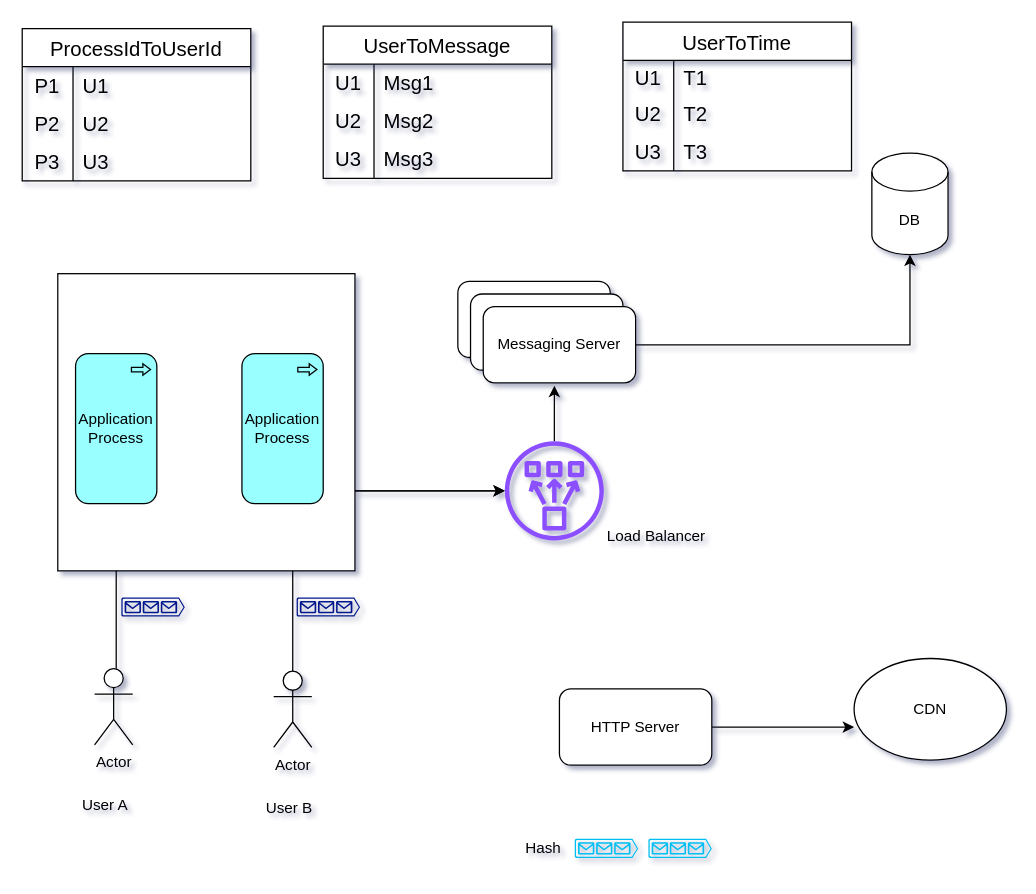
abbhagat/IntelliJ keeps this draw.io diagram as System-Design/Whatsapp.drawio. Above is the earlier version. Source tidied: cells renumbered, new cells numbered last; positions are measured from the earlier drawing's top-left corner, leaving out a move shared by most shapes. Both pictures are drawn from the tidied source at 127%, with x=0, y=0 at pixel (22, 22).
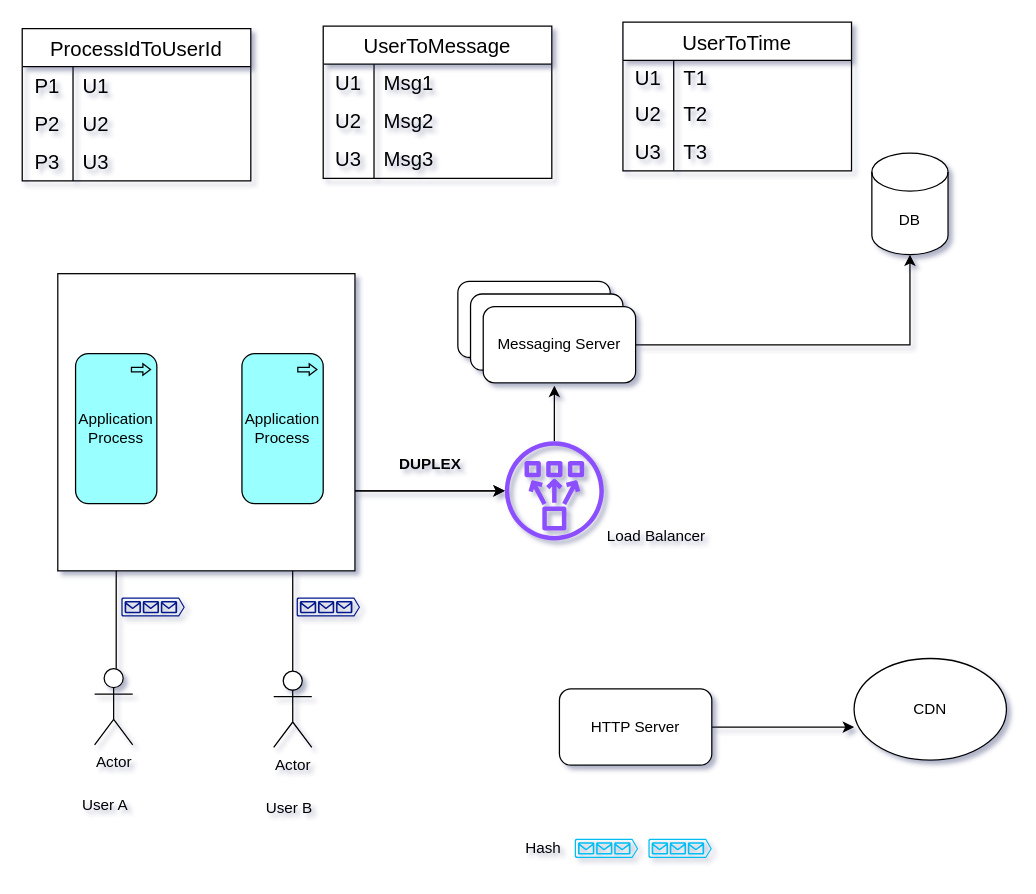
After the change.

The edit, as a diff of the source:
```diff
@@
+    <mxCell id="57" value="&lt;b&gt;DUPLEX&lt;/b&gt;" style="text;html=1;align=center;verticalAlign=middle;strokeColor=none;fillColor=none;" parent="1" vertex="1">
+      <mxGeometry x="287" y="335" width="67" height="26" as="geometry" />
+    </mxCell>
```
